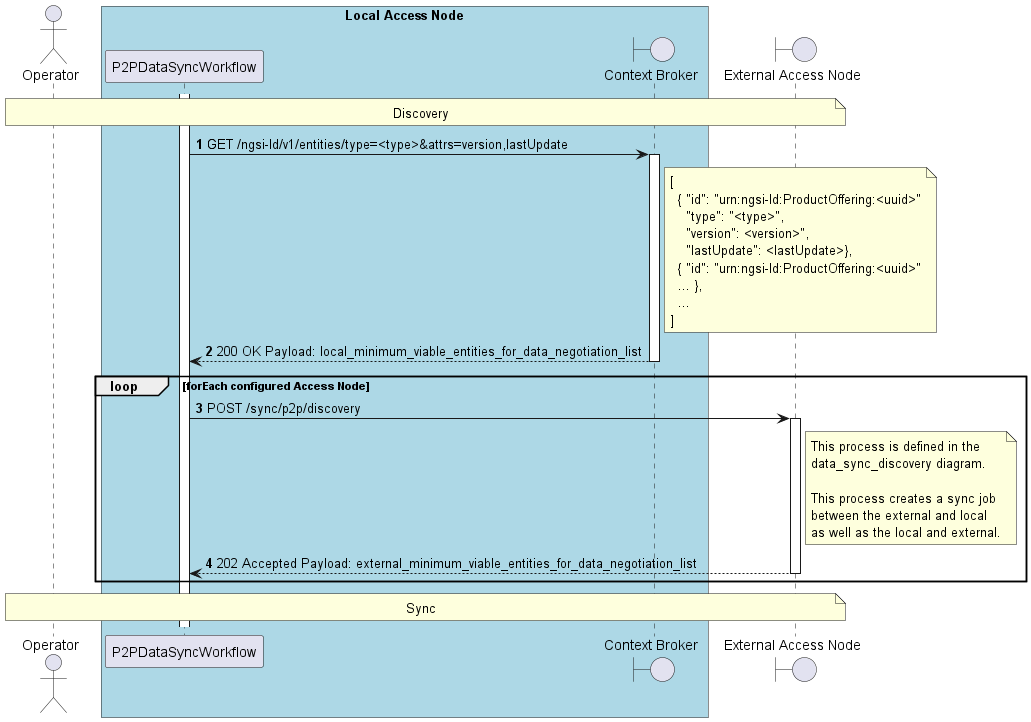
in2workspace/in2-guides keeps this PlantUML diagram as desmos-tech-doc/images/use-case-data-synchronization-2-discovery.png. Above is the earlier version.
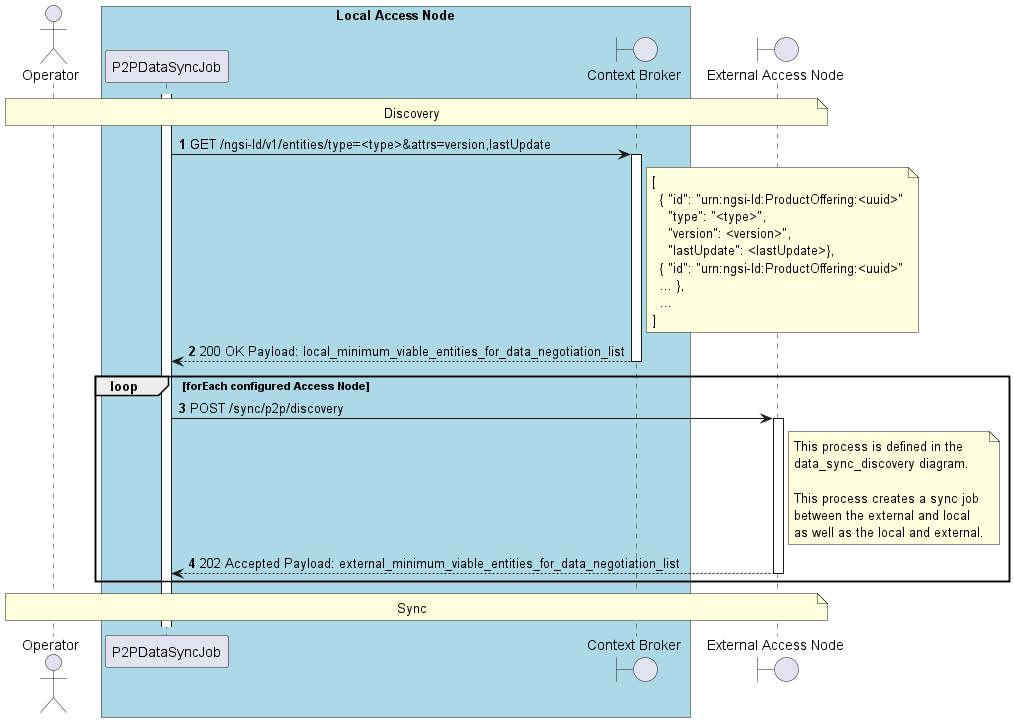
After the change.

Commit message:
fix(data-syncronization): update diagram images

The edit, as a diff of the source:
```diff
@@ -7,7 +7,7 @@
 actor "Operator" as operator
 
 box "Local Access Node" #LightBlue
-    participant "P2PDataSyncWorkflow" as p2p_data_sync_workflow
+    participant "P2PDataSyncJob" as p2p_data_sync_job
     boundary "Context Broker" as context_broker
 end box
 
@@ -18,8 +18,8 @@
     Discovery
 end note
 
-activate p2p_data_sync_workflow
-p2p_data_sync_workflow -> context_broker++: GET /ngsi-ld/v1/entities/type=<type>&attrs=version,lastUpdate
+activate p2p_data_sync_job
+p2p_data_sync_job -> context_broker++: GET /ngsi-ld/v1/entities/type=<type>&attrs=version,lastUpdate
     note right of context_broker
       [
         { "id": "urn:ngsi-ld:ProductOffering:<uuid>"
@@ -34,7 +34,7 @@
 return 200 OK Payload: local_minimum_viable_entities_for_data_negotiation_list
 
 loop forEach configured Access Node
-    p2p_data_sync_workflow -> external_access_node++: POST /sync/p2p/discovery
+    p2p_data_sync_job -> external_access_node++: POST /sync/p2p/discovery
         note right of external_access_node
             This process is defined in the
             data_sync_discovery diagram.
```
